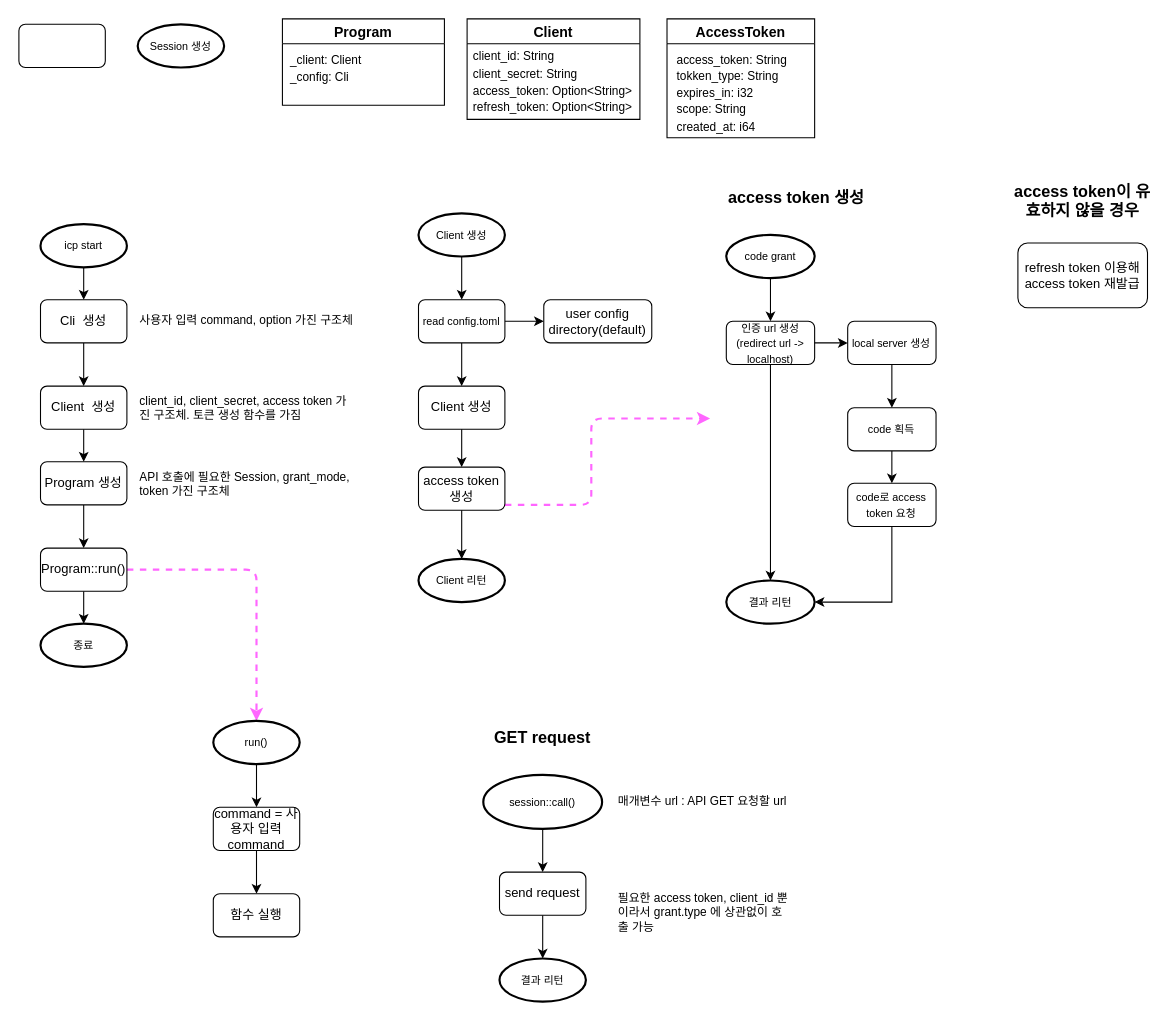
The draw.io diagram page "main" (1 of 2) of Untitled Diagram.drawio in 42joonpark/icp, before the edit. Source tidied: cells renumbered, new cells numbered last; positions are measured from the earlier drawing's top-left corner, leaving out a move shared by most shapes. Both pictures are drawn from the tidied source at 108%, with x=0, y=0 at pixel (18, 18).
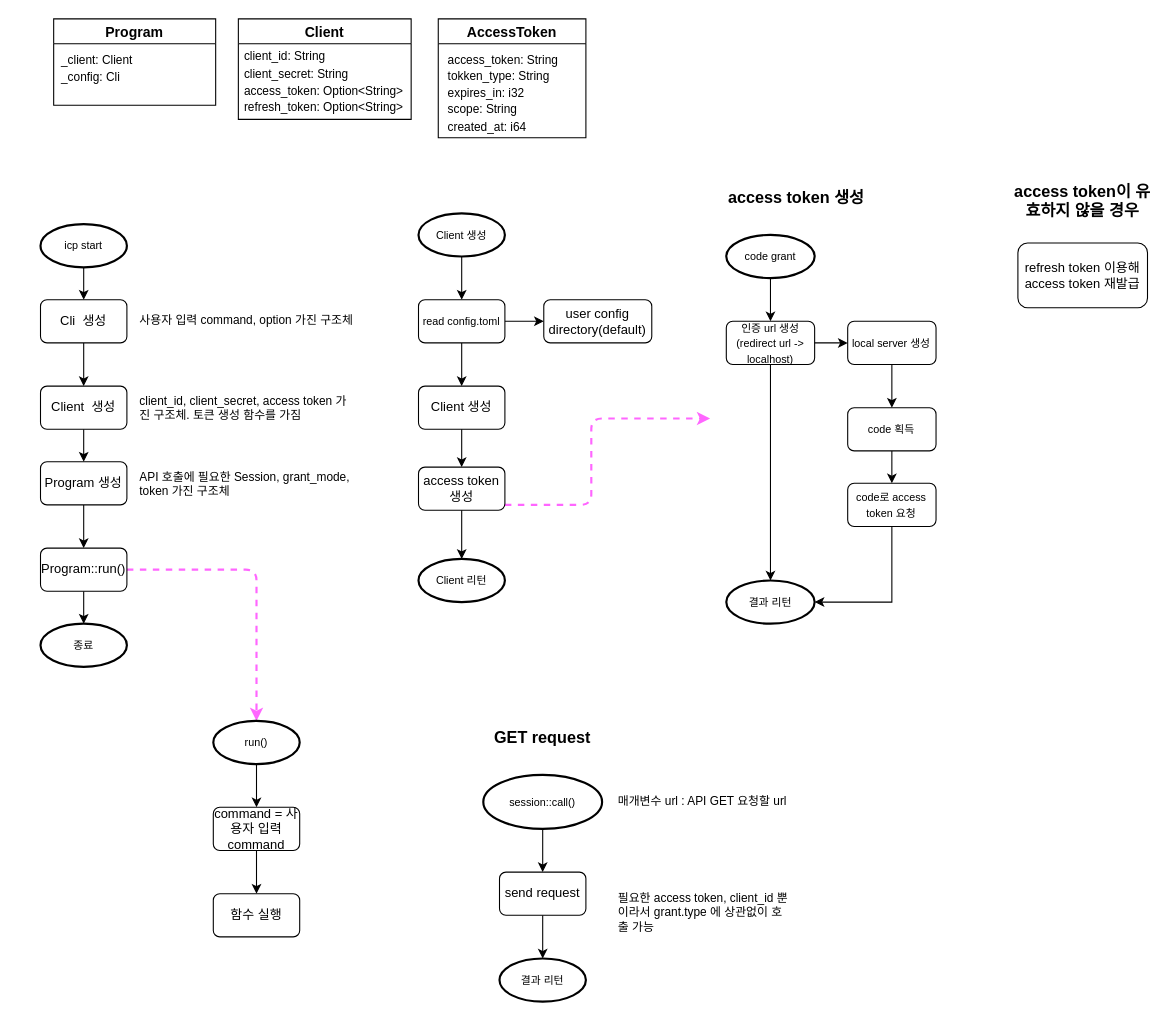
The same page after the edit.

Change to the diagram source:
```diff
@@
-    <mxCell id="2" style="rounded=1;whiteSpace=wrap;html=1;" parent="1" vertex="1">
-      <mxGeometry y="5" width="80" height="40" as="geometry" />
-    </mxCell>
@@
     <mxCell id="10" value="Program" style="swimlane;fontSize=13;startSize=23;" parent="1" vertex="1">
-      <mxGeometry x="244" width="150" height="80" as="geometry" />
+      <mxGeometry x="32.2" width="150" height="80" as="geometry" />
     </mxCell>
@@
     <mxCell id="12" value="Client" style="swimlane;fontSize=13;startSize=23;" parent="1" vertex="1">
-      <mxGeometry x="415" width="160" height="93" as="geometry" />
+      <mxGeometry x="203.2" width="160" height="93" as="geometry" />
     </mxCell>
@@
-    <mxCell id="17" value="&lt;font size=&quot;1&quot;&gt;Session 생성&lt;/font&gt;" style="strokeWidth=2;html=1;shape=mxgraph.flowchart.start_1;whiteSpace=wrap;fontSize=10;" parent="1" vertex="1">
-      <mxGeometry x="110" y="5" width="80" height="40" as="geometry" />
-    </mxCell>
@@
     <mxCell id="20" value="AccessToken" style="swimlane;fontSize=13;startSize=23;" parent="1" vertex="1">
-      <mxGeometry x="600.1" width="136.7" height="110" as="geometry" />
+      <mxGeometry x="388.3" width="136.7" height="110" as="geometry" />
     </mxCell>
```
